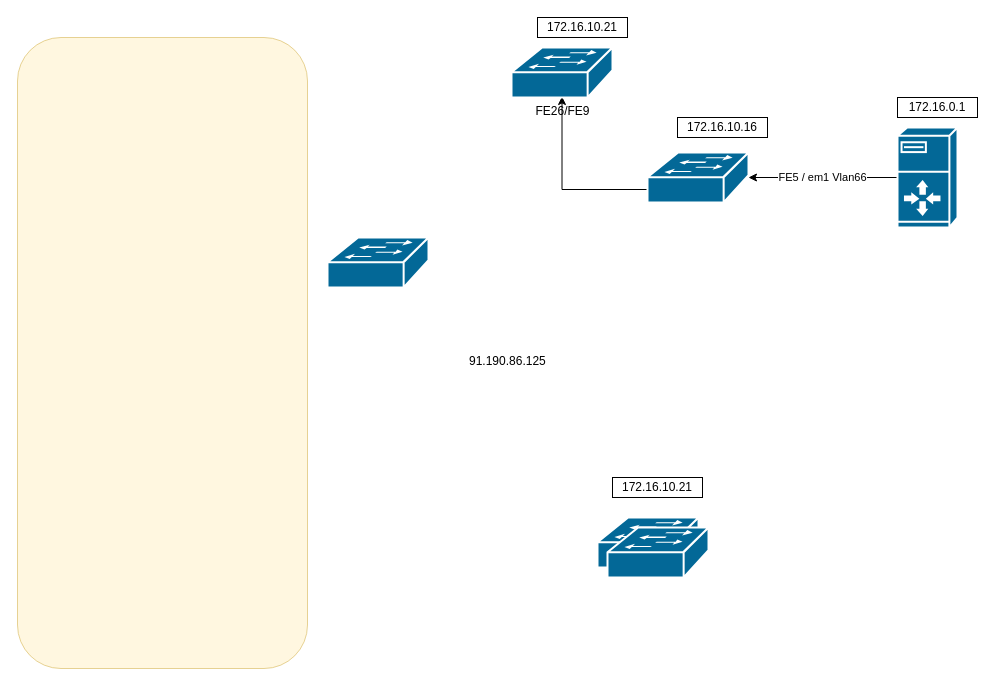
Earlier version of the draw.io diagram dbit/Untitled Diagram.drawio (CentOsss/devsys-14). Source tidied: cells renumbered, new cells numbered last; positions are measured from the earlier drawing's top-left corner, leaving out a move shared by most shapes. Both pictures are drawn from the tidied source at 100%, with x=0, y=0 at pixel (17, 17).
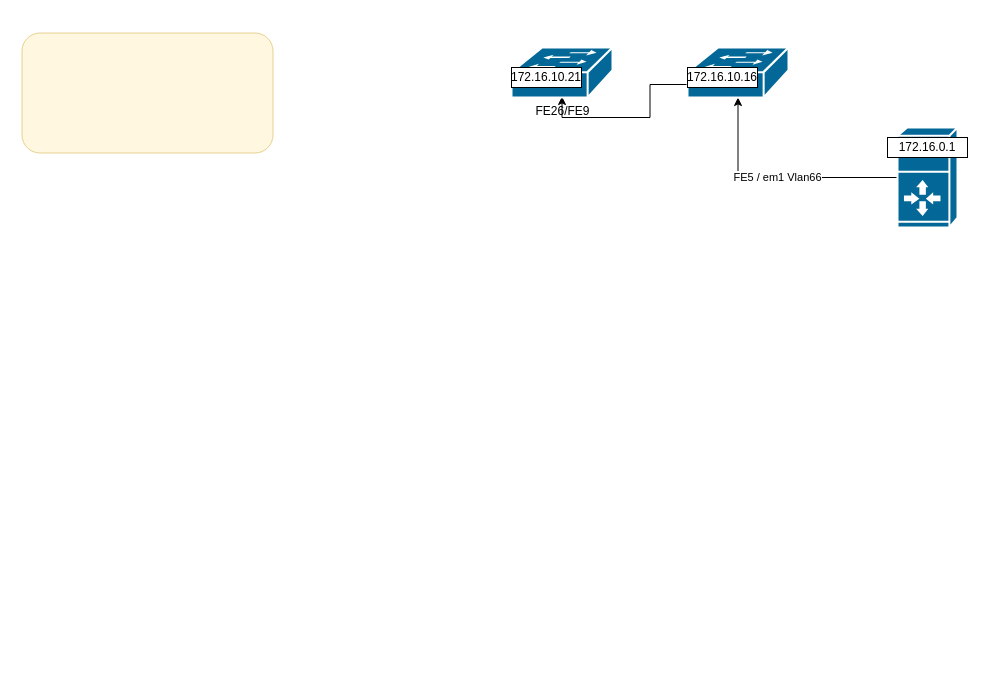
The same page after the edit.

Diff of the diagram source:
```diff
@@
 <mxGraphModel>
   <root>
     <mxCell id="0" />
     <mxCell id="1" parent="0" />
-    <mxCell id="2" style="rounded=1;whiteSpace=wrap;html=1;strokeColor=#d6b656;fillColor=#fff2cc;fontSize=24;align=center;opacity=60;shadow=0;" parent="1" vertex="1">
-      <mxGeometry y="20" width="290" height="631" as="geometry" />
+    <mxCell id="2" style="rounded=1;whiteSpace=wrap;html=1;strokeColor=#d6b656;fillColor=#fff2cc;fontSize=24;align=center;opacity=60;shadow=0;rotation=90;" parent="1" vertex="1">
+      <mxGeometry x="70" y="-50" width="120" height="251" as="geometry" />
     </mxCell>
     <mxCell id="3" value="FE5 / em1 Vlan66" style="edgeStyle=orthogonalEdgeStyle;rounded=0;jettySize=auto;html=1;" parent="1" edge="1" source="4" target="6">
       <mxGeometry relative="1" as="geometry">
         <Array as="points">
           <mxPoint x="800" y="160" />
           <mxPoint x="800" y="160" />
         </Array>
       </mxGeometry>
     </mxCell>
     <mxCell id="4" style="shape=mxgraph.cisco.servers.server_with_router;sketch=0;html=1;dashed=0;fillColor=#036897;strokeColor=#ffffff;strokeWidth=2;verticalLabelPosition=bottom;verticalAlign=top;align=center;outlineConnect=0;shadow=0;" parent="1" vertex="1">
       <mxGeometry x="880" y="110" width="60" height="100" as="geometry" />
     </mxCell>
     <mxCell id="5" style="edgeStyle=orthogonalEdgeStyle;rounded=0;jettySize=auto;html=1;exitX=0.87;exitY=0.74;exitDx=0;exitDy=0;exitPerimeter=0;entryX=0.5;entryY=0.98;entryDx=0;entryDy=0;entryPerimeter=0;" parent="1" edge="1" source="6" target="8">
       <mxGeometry relative="1" as="geometry" />
     </mxCell>
     <mxCell id="6" style="shape=mxgraph.cisco.switches.workgroup_switch;sketch=0;html=1;dashed=0;fillColor=#036897;strokeColor=#ffffff;strokeWidth=2;verticalLabelPosition=bottom;verticalAlign=top;align=center;outlineConnect=0;shadow=0;" parent="1" vertex="1">
-      <mxGeometry x="630" y="135" width="101" height="50" as="geometry" />
+      <mxGeometry x="670" y="30" width="101" height="50" as="geometry" />
     </mxCell>
-    <mxCell id="7" value="91.190.86.125" style="text;whiteSpace=wrap;html=1;" parent="1" vertex="1">
-      <mxGeometry x="450" y="330" width="100" height="30" as="geometry" />
-    </mxCell>
     <mxCell id="8" value="FE26/FE9&lt;br&gt;" style="shape=mxgraph.cisco.switches.workgroup_switch;sketch=0;html=1;dashed=0;fillColor=#036897;strokeColor=#ffffff;strokeWidth=2;verticalLabelPosition=bottom;verticalAlign=top;align=center;outlineConnect=0;shadow=0;" parent="1" vertex="1">
       <mxGeometry x="494" y="30" width="101" height="50" as="geometry" />
     </mxCell>
-    <mxCell id="9" style="shape=mxgraph.cisco.switches.workgroup_switch;sketch=0;html=1;dashed=0;fillColor=#036897;strokeColor=#ffffff;strokeWidth=2;verticalLabelPosition=bottom;verticalAlign=top;align=center;shadow=0;" parent="1" vertex="1">
-      <mxGeometry x="310" y="220" width="101" height="50" as="geometry" />
-    </mxCell>
-    <mxCell id="10" style="shape=mxgraph.cisco.switches.workgroup_switch;sketch=0;html=1;dashed=0;fillColor=#036897;strokeColor=#ffffff;strokeWidth=2;verticalLabelPosition=bottom;verticalAlign=top;align=center;shadow=0;" parent="1" vertex="1">
-      <mxGeometry x="580" y="500" width="101" height="50" as="geometry" />
-    </mxCell>
     <mxCell id="11" value="172.16.10.16" style="whiteSpace=wrap;html=1;shadow=0;" parent="1" vertex="1">
-      <mxGeometry x="660" y="100" width="90" height="20" as="geometry" />
+      <mxGeometry x="670" y="50" width="70" height="20" as="geometry" />
     </mxCell>
     <mxCell id="12" value="172.16.0.1" style="whiteSpace=wrap;html=1;shadow=0;" parent="1" vertex="1">
-      <mxGeometry x="880" y="80" width="80" height="20" as="geometry" />
+      <mxGeometry x="870" y="120" width="80" height="20" as="geometry" />
     </mxCell>
     <mxCell id="13" value="172.16.10.21" style="whiteSpace=wrap;html=1;shadow=0;" parent="1" vertex="1">
-      <mxGeometry x="520" width="90" height="20" as="geometry" />
+      <mxGeometry x="494" y="50" width="70" height="20" as="geometry" />
     </mxCell>
-    <mxCell id="14" value="172.16.10.21" style="whiteSpace=wrap;html=1;shadow=0;" parent="1" vertex="1">
-      <mxGeometry x="595" y="460" width="90" height="20" as="geometry" />
-    </mxCell>
-    <mxCell id="15" style="shape=mxgraph.cisco.switches.workgroup_switch;sketch=0;html=1;dashed=0;fillColor=#036897;strokeColor=#ffffff;strokeWidth=2;verticalLabelPosition=bottom;verticalAlign=top;align=center;shadow=0;" parent="1" vertex="1">
-      <mxGeometry x="590" y="510" width="101" height="50" as="geometry" />
-    </mxCell>
   </root>
 </mxGraphModel>
```
